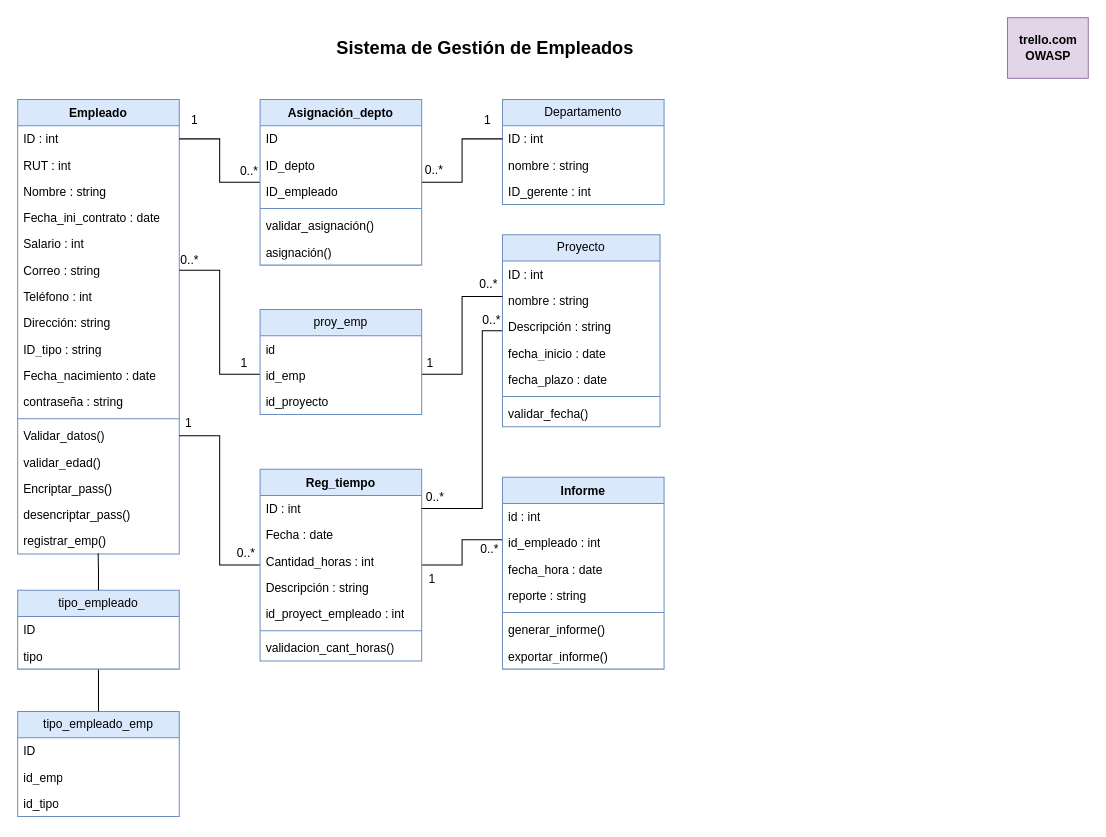
The draw.io diagram Empresa/ev1adad.drawio in Wiccaos/Ev2, before the edit. Source tidied: cells renumbered, new cells numbered last; positions are measured from the earlier drawing's top-left corner, leaving out a move shared by most shapes. Both pictures are drawn from the tidied source at 101%, with x=0, y=0 at pixel (17, 17).
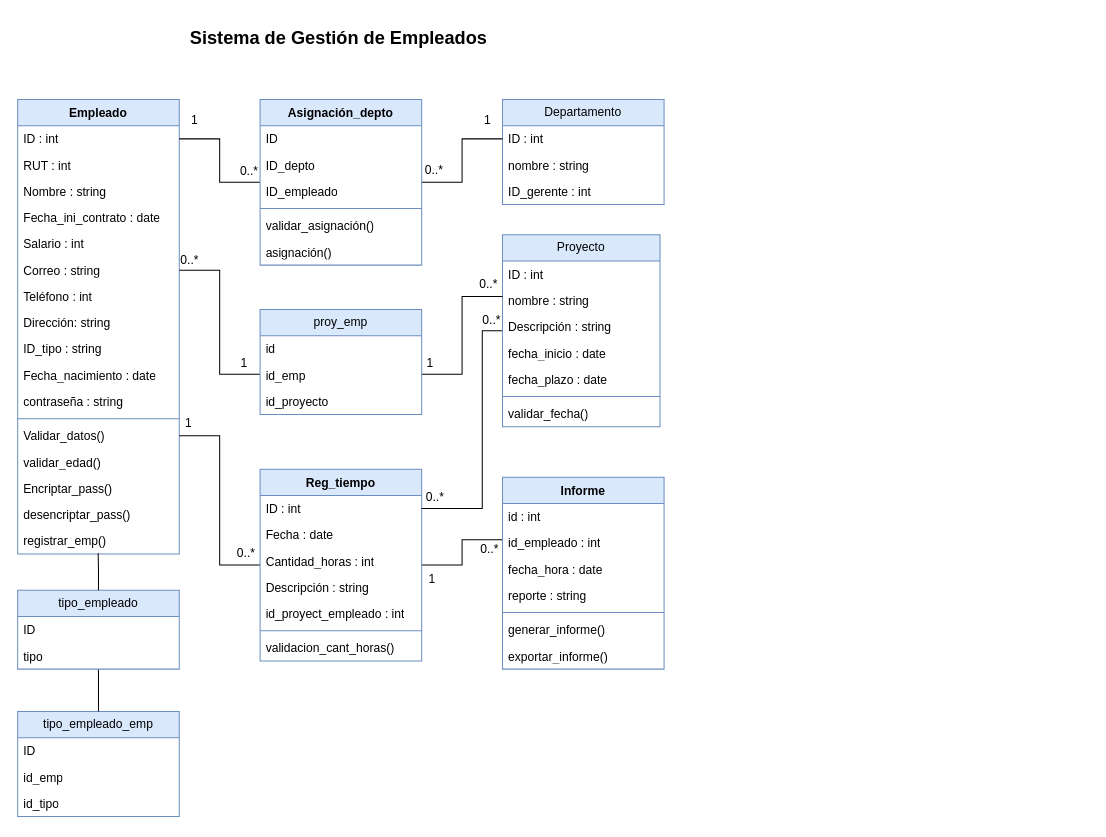
After the change.

Commit message:
formato de paginas

Change to the diagram source:
```diff
@@
-    <mxCell id="74" value="trello.com&lt;div&gt;OWASP&lt;/div&gt;" style="text;align=center;fontStyle=1;verticalAlign=middle;spacingLeft=3;spacingRight=3;strokeColor=#9673a6;html=1;fillColor=#e1d5e7;" parent="1" vertex="1">
-      <mxGeometry x="980" width="80" height="60" as="geometry" />
-    </mxCell>
     <mxCell id="75" value="&lt;font style=&quot;font-size: 18px;&quot;&gt;&lt;b&gt;Sistema de Gestión de Empleados&amp;nbsp;&lt;/b&gt;&lt;/font&gt;" style="text;html=1;align=center;verticalAlign=middle;strokeColor=none;fillColor=none;" parent="1" vertex="1">
-      <mxGeometry x="305" y="10" width="320" height="40" as="geometry" />
+      <mxGeometry x="160" y="1" width="320" height="40" as="geometry" />
     </mxCell>
```
